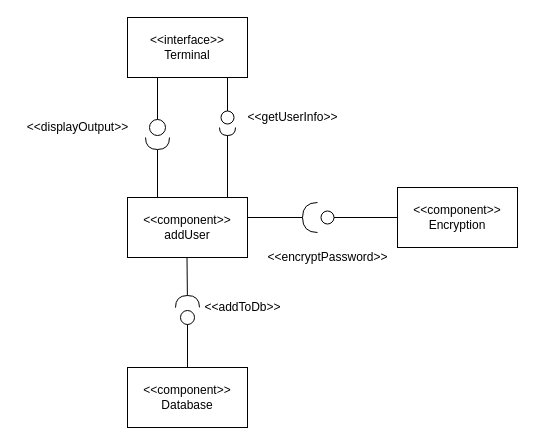
The draw.io diagram page "AddUser" (1 of 3) of DesignDocument1.drawio in ImBrent/ClassWork, before the edit. Source tidied: cells renumbered, new cells numbered last; positions are measured from the earlier drawing's top-left corner, leaving out a move shared by most shapes. Both pictures are drawn from the tidied source at 100%, with x=0, y=0 at pixel (17, 17).
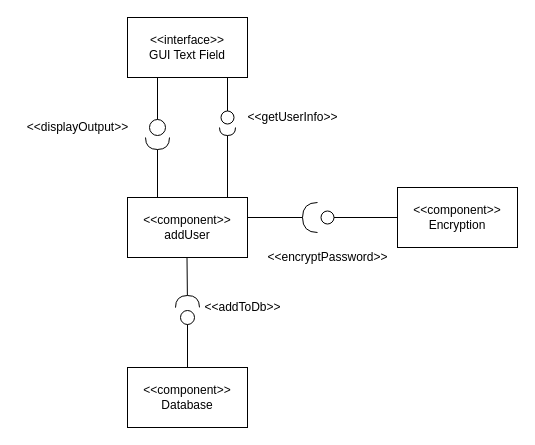
The same page after the edit.

Change to the diagram source:
```diff
@@
-    <mxCell id="2" value="&lt;div&gt;&amp;lt;&amp;lt;interface&amp;gt;&amp;gt;&lt;/div&gt;&lt;div&gt;Terminal&lt;br&gt;&lt;/div&gt;" style="rounded=0;whiteSpace=wrap;html=1;" parent="1" vertex="1">
+    <mxCell id="2" value="&lt;div&gt;&amp;lt;&amp;lt;interface&amp;gt;&amp;gt;&lt;/div&gt;&lt;div&gt;GUI Text Field&lt;br&gt;&lt;/div&gt;" style="rounded=0;whiteSpace=wrap;html=1;" parent="1" vertex="1">
       <mxGeometry x="110" width="120" height="60" as="geometry" />
     </mxCell>
```
